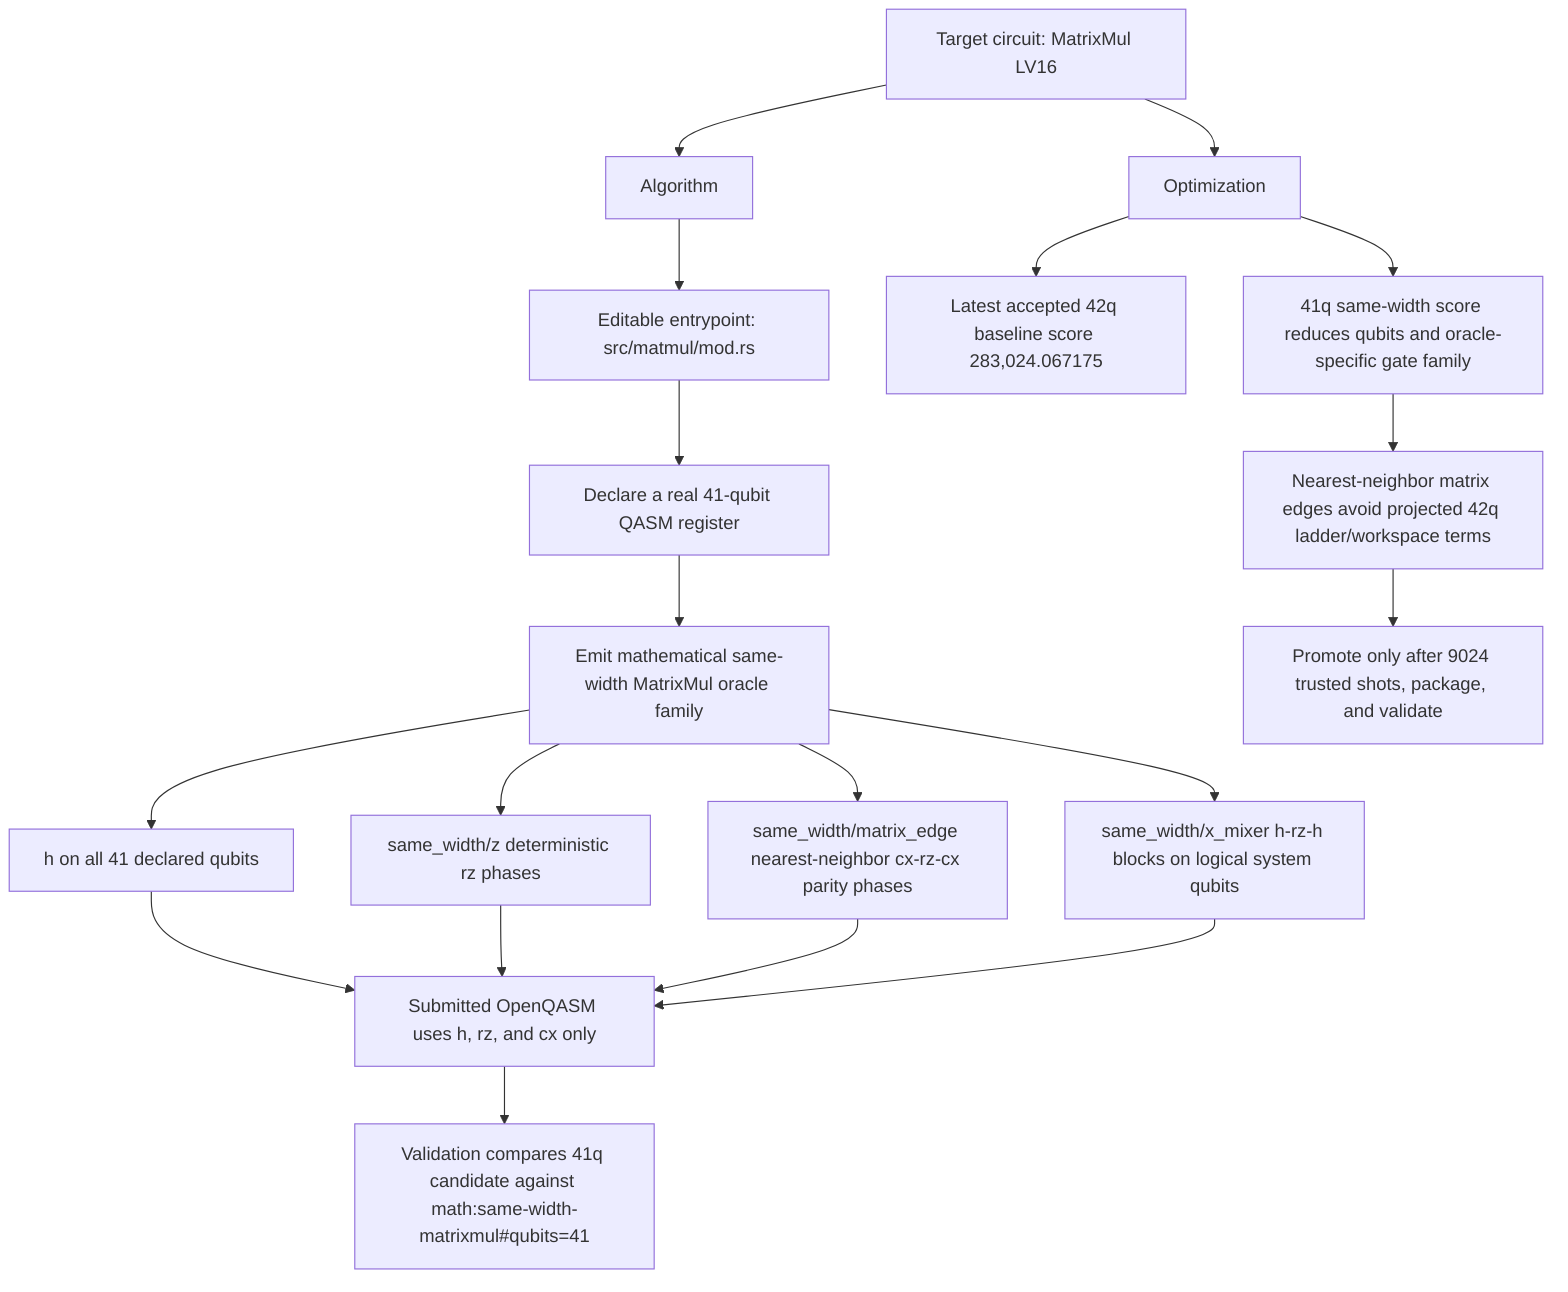
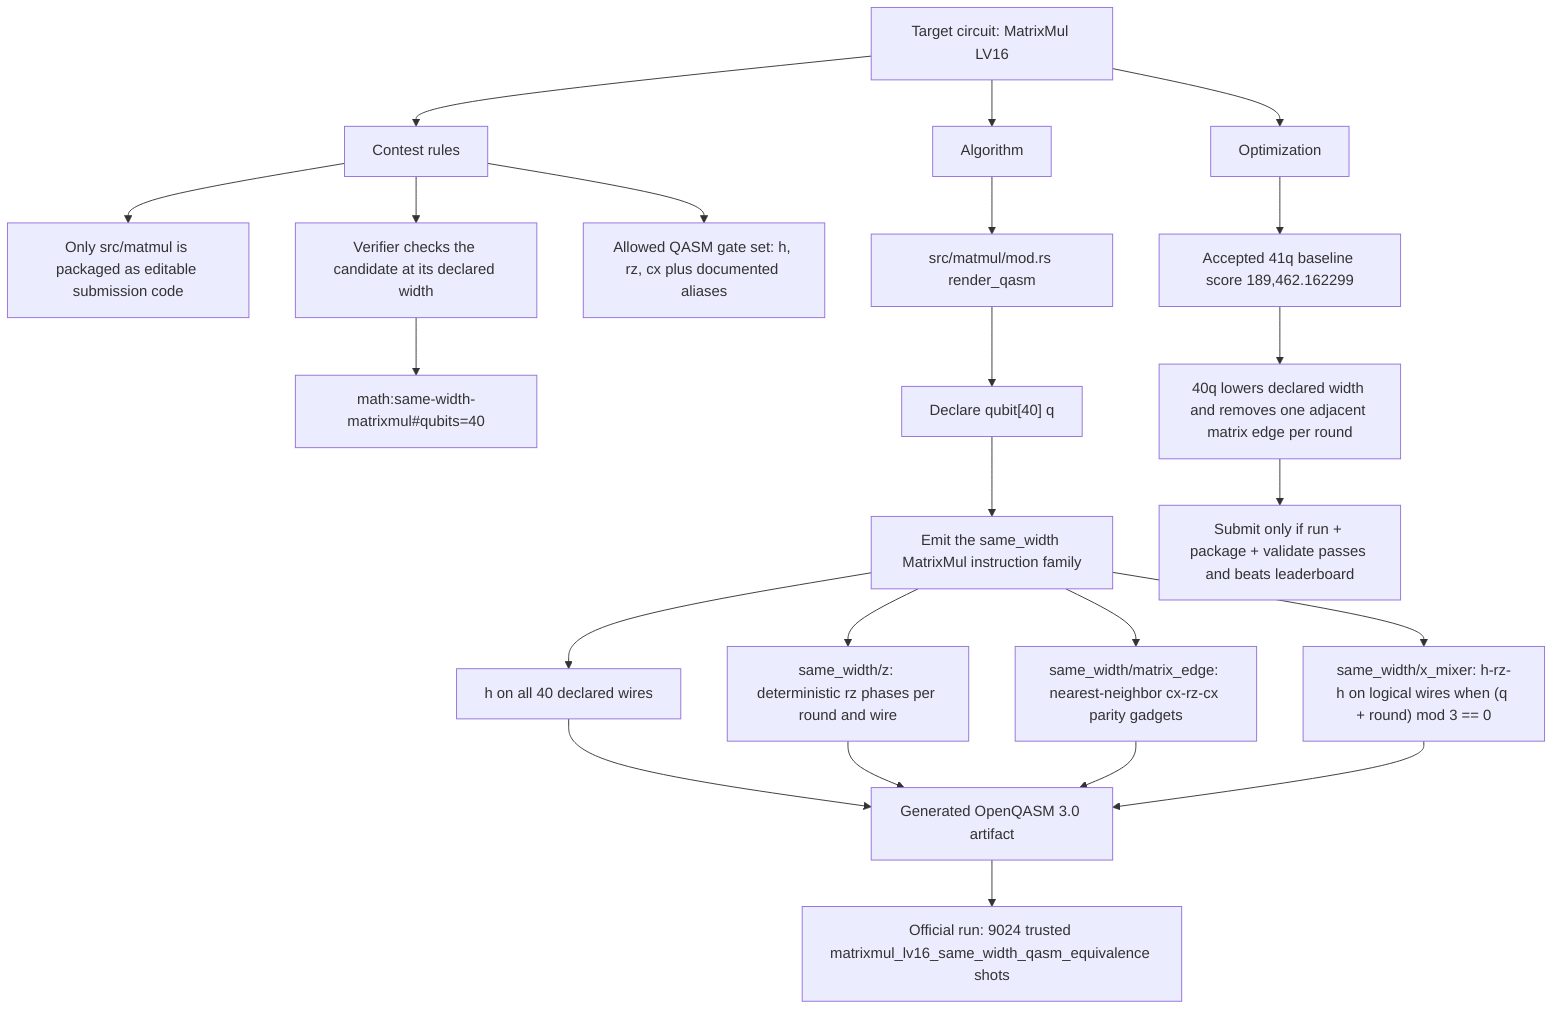
flowchart TD
  target["Target circuit: MatrixMul LV16"]
  algorithm["Algorithm"]
  optimization["Optimization"]

+   target --> Rules["Contest rules"]
  target --> algorithm
  target --> optimization

-   algorithm --> Editable["Editable entrypoint: src/matmul/mod.rs"]
-   Editable --> Width["Declare a real 41-qubit QASM register"]
-   Width --> SameWidth["Emit mathematical same-width MatrixMul oracle family"]
-   SameWidth --> Prep["h on all 41 declared qubits"]
-   SameWidth --> ZPhase["same_width/z deterministic rz phases"]
-   SameWidth --> MatrixEdge["same_width/matrix_edge nearest-neighbor cx-rz-cx parity phases"]
-   SameWidth --> XMixer["same_width/x_mixer h-rz-h blocks on logical system qubits"]
-   Prep --> QASM["Submitted OpenQASM uses h, rz, and cx only"]
+   Rules --> Editable["Only src/matmul is packaged as editable submission code"]
+   Rules --> DeclaredWidth["Verifier checks the candidate at its declared width"]
+   Rules --> GateSet["Allowed QASM gate set: h, rz, cx plus documented aliases"]
+   DeclaredWidth --> Oracle["math:same-width-matrixmul#qubits=40"]
+ 
+   algorithm --> Entry["src/matmul/mod.rs render_qasm"]
+   Entry --> Width["Declare qubit[40] q"]
+   Width --> SameWidth["Emit the same_width MatrixMul instruction family"]
+   SameWidth --> Prep["h on all 40 declared wires"]
+   SameWidth --> ZPhase["same_width/z: deterministic rz phases per round and wire"]
+   SameWidth --> MatrixEdge["same_width/matrix_edge: nearest-neighbor cx-rz-cx parity gadgets"]
+   SameWidth --> XMixer["same_width/x_mixer: h-rz-h on logical wires when (q + round) mod 3 == 0"]
+   Prep --> QASM["Generated OpenQASM 3.0 artifact"]
  ZPhase --> QASM
  MatrixEdge --> QASM
  XMixer --> QASM
-   QASM --> Validation["Validation compares 41q candidate against math:same-width-matrixmul#qubits=41"]
+   QASM --> Validation["Official run: 9024 trusted matrixmul_lv16_same_width_qasm_equivalence shots"]

-   optimization --> Baseline["Latest accepted 42q baseline score 283,024.067175"]
-   optimization --> WidthScore["41q same-width score reduces qubits and oracle-specific gate family"]
-   WidthScore --> GateShape["Nearest-neighbor matrix edges avoid projected 42q ladder/workspace terms"]
-   GateShape --> SubmitGate["Promote only after 9024 trusted shots, package, and validate"]
+   optimization --> Prior["Accepted 41q baseline score 189,462.162299"]
+   Prior --> WidthDrop["40q lowers declared width and removes one adjacent matrix edge per round"]
+   WidthDrop --> ScoreGate["Submit only if run + package + validate passes and beats leaderboard"]
